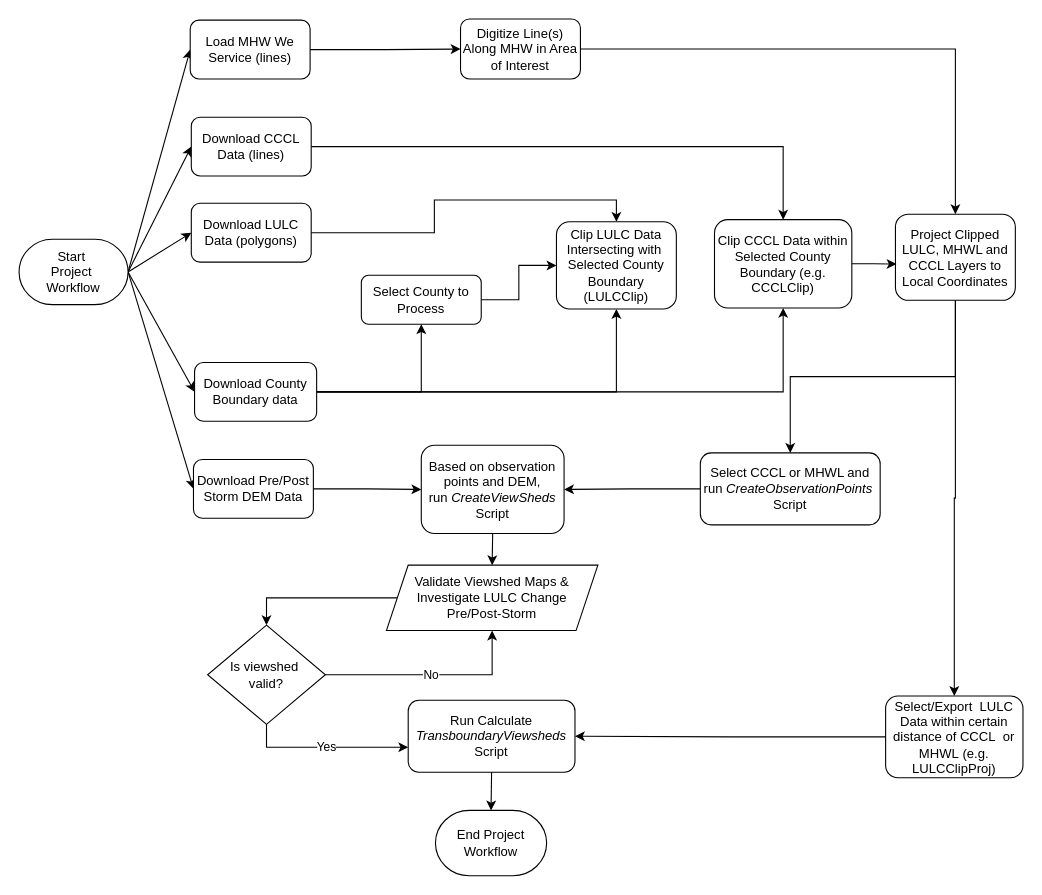
The draw.io diagram ProjectWorkflow.drawio in RAIN-LX/ViewshedCalculator, before the edit. Source tidied: cells renumbered, new cells numbered last; positions are measured from the earlier drawing's top-left corner, leaving out a move shared by most shapes. Both pictures are drawn from the tidied source at 109%, with x=0, y=0 at pixel (19, 19).
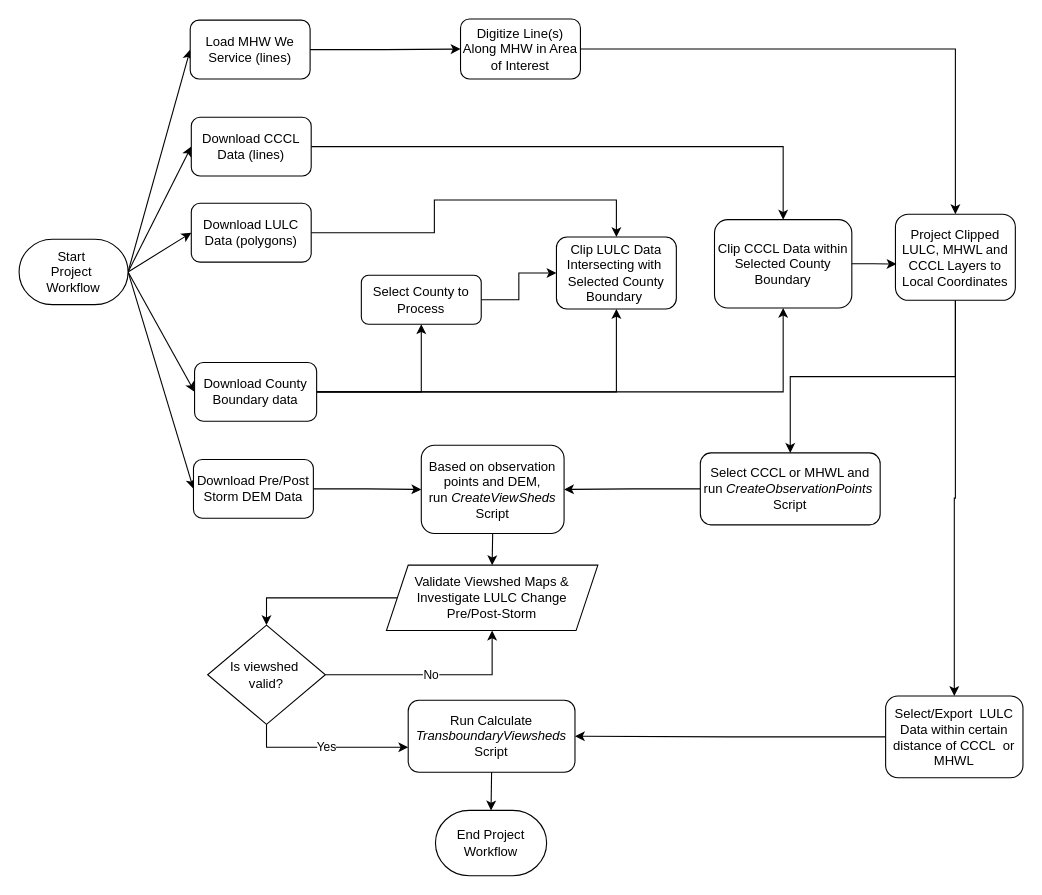
The same page after the edit.

Diff of the diagram source:
```diff
@@
-    <mxCell id="18" value="&lt;div&gt;Clip LULC Data Intersecting with&amp;nbsp; Selected County Boundary (LULCClip)&lt;/div&gt;" style="rounded=1;whiteSpace=wrap;html=1;" parent="1" vertex="1">
-      <mxGeometry x="493" y="186" width="110" height="80" as="geometry" />
+    <mxCell id="18" value="&lt;div&gt;Clip LULC Data Intersecting with&amp;nbsp; Selected County Boundary&amp;nbsp;&lt;/div&gt;" style="rounded=1;whiteSpace=wrap;html=1;" parent="1" vertex="1">
+      <mxGeometry x="493" y="200" width="110" height="66" as="geometry" />
     </mxCell>
@@
-    <mxCell id="20" value="&lt;div&gt;Select/Export&amp;nbsp; LULC Data within certain distance of CCCL&amp;nbsp; or MHWL&amp;nbsp;(e.g. LULCClipProj)&lt;/div&gt;" style="rounded=1;whiteSpace=wrap;html=1;" parent="1" vertex="1">
+    <mxCell id="20" value="&lt;div&gt;Select/Export&amp;nbsp; LULC Data within certain distance of CCCL&amp;nbsp; or MHWL&lt;/div&gt;" style="rounded=1;whiteSpace=wrap;html=1;" parent="1" vertex="1">
       <mxGeometry x="795" y="621" width="126" height="75" as="geometry" />
     </mxCell>
-    <mxCell id="21" value="&lt;div&gt;Clip CCCL Data within Selected County Boundary (e.g. CCCLClip)&lt;/div&gt;" style="rounded=1;whiteSpace=wrap;html=1;" parent="1" vertex="1">
+    <mxCell id="21" value="&lt;div&gt;Clip CCCL Data within Selected County Boundary&lt;/div&gt;" style="rounded=1;whiteSpace=wrap;html=1;" parent="1" vertex="1">
       <mxGeometry x="638" y="184" width="126" height="81" as="geometry" />
     </mxCell>
```
